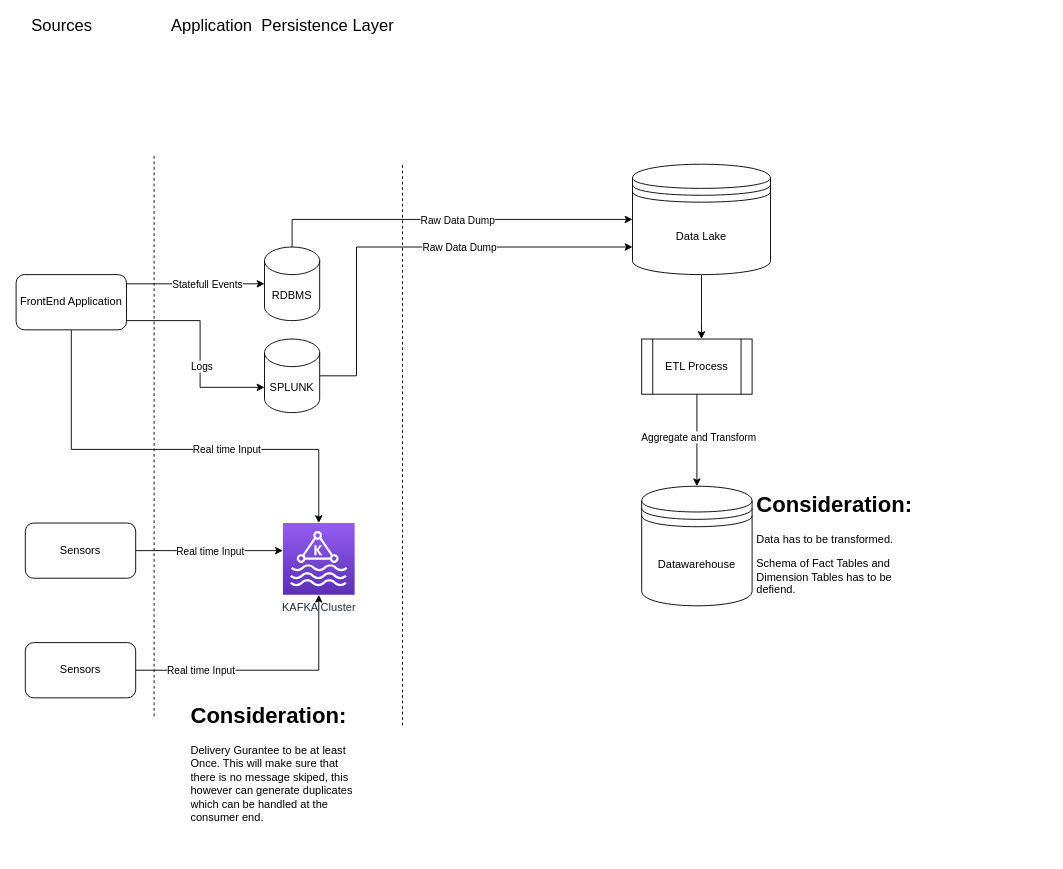
Earlier version of the draw.io diagram DataPipelineDiagram.drawio (akashdktyagi/BigDataNotes). Source tidied: cells renumbered, new cells numbered last; positions are measured from the earlier drawing's top-left corner, leaving out a move shared by most shapes. Both pictures are drawn from the tidied source at 92%, with x=0, y=0 at pixel (16, 17).
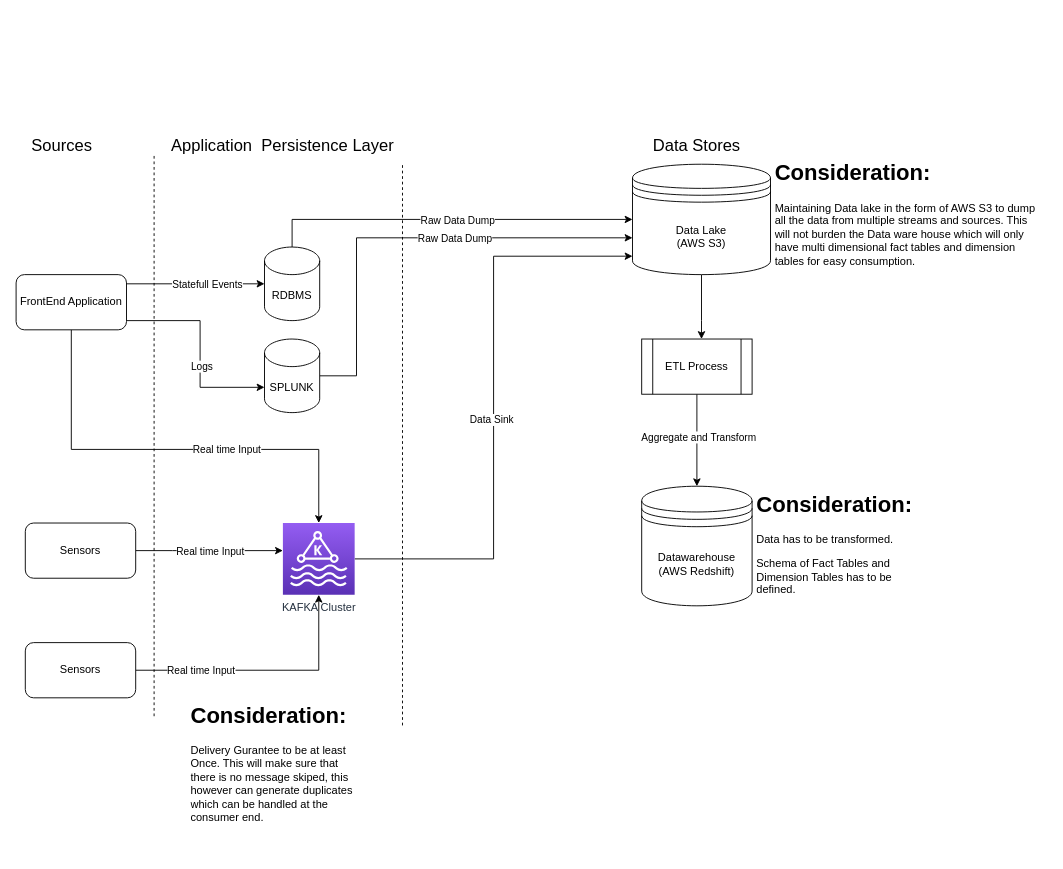
The same diagram, later.

Unchanged cells that the change refers to:
```xml
<mxCell id="20" value="SPLUNK" style="shape=cylinder3;whiteSpace=wrap;html=1;boundedLbl=1;backgroundOutline=1;size=15;" parent="1" vertex="1">
  <mxGeometry x="270" y="350" width="60" height="80" as="geometry" />
</mxCell>
<mxCell id="23" value="KAFKA Cluster" style="points=[[0,0,0],[0.25,0,0],[0.5,0,0],[0.75,0,0],[1,0,0],[0,1,0],[0.25,1,0],[0.5,1,0],[0.75,1,0],[1,1,0],[0,0.25,0],[0,0.5,0],[0,0.75,0],[1,0.25,0],[1,0.5,0],[1,0.75,0]];outlineConnect=0;fontColor=#232F3E;gradientColor=#945DF2;gradientDirection=north;fillColor=#5A30B5;strokeColor=#ffffff;dashed=0;verticalLabelPosition=bottom;verticalAlign=top;align=center;html=1;fontSize=12;fontStyle=0;shape=mxgraph.aws4.resourceIcon;resIcon=mxgraph.aws4.managed_streaming_for_kafka;" parent="1" vertex="1">
  <mxGeometry x="290" y="550" width="78" height="78" as="geometry" />
</mxCell>
```

What changed in the source:
```diff
@@
     <mxCell id="17" value="&lt;font style=&quot;font-size: 18px&quot;&gt;Sources&lt;/font&gt;" style="text;html=1;strokeColor=none;fillColor=none;align=center;verticalAlign=middle;whiteSpace=wrap;rounded=0;" parent="1" vertex="1">
-      <mxGeometry x="10" width="80" height="20" as="geometry" />
+      <mxGeometry x="10" y="130" width="80" height="20" as="geometry" />
     </mxCell>
     <mxCell id="18" style="edgeStyle=orthogonalEdgeStyle;rounded=0;jettySize=auto;html=1;" parent="1" edge="1" source="20" target="28">
       <mxGeometry relative="1" as="geometry">
         <Array as="points">
           <mxPoint x="370" y="390" />
-          <mxPoint x="370" y="250" />
+          <mxPoint x="370" y="240" />
         </Array>
       </mxGeometry>
     </mxCell>
@@
     <mxCell id="22" value="&lt;span style=&quot;font-size: 18px&quot;&gt;Application&amp;nbsp; Persistence Layer&lt;/span&gt;" style="text;html=1;strokeColor=none;fillColor=none;align=center;verticalAlign=middle;whiteSpace=wrap;rounded=0;" parent="1" vertex="1">
-      <mxGeometry x="140" width="300" height="20" as="geometry" />
+      <mxGeometry x="140" y="130" width="300" height="20" as="geometry" />
     </mxCell>
+    <mxCell id="33" style="edgeStyle=orthogonalEdgeStyle;rounded=0;jettySize=auto;html=1;entryX=0;entryY=0.833;entryDx=0;entryDy=0;entryPerimeter=0;" parent="1" edge="1" source="23" target="28">
+      <mxGeometry relative="1" as="geometry" />
+    </mxCell>
+    <mxCell id="34" value="Data Sink" style="edgeLabel;html=1;align=center;verticalAlign=middle;" parent="33" vertex="1">
+      <mxGeometry x="-0.04" y="3" relative="1" as="geometry" />
+    </mxCell>
@@
-    <mxCell id="26" value="Datawarehouse" style="shape=datastore;whiteSpace=wrap;html=1;" parent="1" vertex="1">
+    <mxCell id="26" value="Datawarehouse&lt;br&gt;(AWS Redshift)" style="shape=datastore;whiteSpace=wrap;html=1;" parent="1" vertex="1">
       <mxGeometry x="680" y="510" width="120" height="130" as="geometry" />
     </mxCell>
@@
-    <mxCell id="28" value="Data Lake" style="shape=datastore;whiteSpace=wrap;html=1;" parent="1" vertex="1">
+    <mxCell id="28" value="Data Lake&lt;br&gt;(AWS S3)" style="shape=datastore;whiteSpace=wrap;html=1;" parent="1" vertex="1">
       <mxGeometry x="670" y="160" width="150" height="120" as="geometry" />
     </mxCell>
@@
-    <mxCell id="32" value="&lt;h1&gt;Consideration:&lt;/h1&gt;&lt;p&gt;Data has to be transformed.&amp;nbsp;&lt;/p&gt;&lt;p&gt;Schema of Fact Tables and Dimension Tables has to be defiend.&lt;/p&gt;" style="text;html=1;strokeColor=none;fillColor=none;spacing=5;spacingTop=-20;whiteSpace=wrap;overflow=hidden;rounded=0;" parent="1" vertex="1">
+    <mxCell id="32" value="&lt;h1&gt;Consideration:&lt;/h1&gt;&lt;p&gt;Data has to be transformed.&amp;nbsp;&lt;/p&gt;&lt;p&gt;Schema of Fact Tables and Dimension Tables has to be defined.&lt;/p&gt;" style="text;html=1;strokeColor=none;fillColor=none;spacing=5;spacingTop=-20;whiteSpace=wrap;overflow=hidden;rounded=0;" parent="1" vertex="1">
       <mxGeometry x="800" y="510" width="190" height="120" as="geometry" />
     </mxCell>
+    <mxCell id="35" value="&lt;span style=&quot;font-size: 18px&quot;&gt;Data Stores&lt;/span&gt;" style="text;html=1;strokeColor=none;fillColor=none;align=center;verticalAlign=middle;whiteSpace=wrap;rounded=0;" parent="1" vertex="1">
+      <mxGeometry x="630" y="130" width="220" height="20" as="geometry" />
+    </mxCell>
+    <mxCell id="36" value="&lt;h1&gt;Consideration:&lt;/h1&gt;&lt;p&gt;Maintaining Data lake in the form of AWS S3 to dump all the data from multiple streams and sources. This will not burden the Data ware house which will only have multi dimensional fact tables and dimension tables for easy consumption.&lt;/p&gt;" style="text;html=1;strokeColor=none;fillColor=none;spacing=5;spacingTop=-20;whiteSpace=wrap;overflow=hidden;rounded=0;" parent="1" vertex="1">
+      <mxGeometry x="820" y="150" width="300" height="160" as="geometry" />
+    </mxCell>
```
